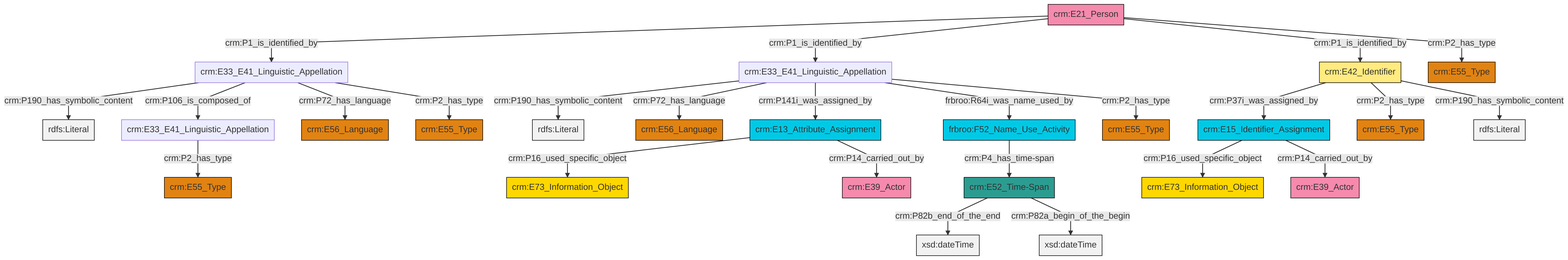
Earlier version of the Mermaid export et/personCSV/ttl/mmd/png/Person_Names_and_Classification.png (swiss-art-research-net/reference-data-models). Its source is kept beside it as et/personCSV/ttl/mmd/Person_Names_and_Classification.ttl.mmd.
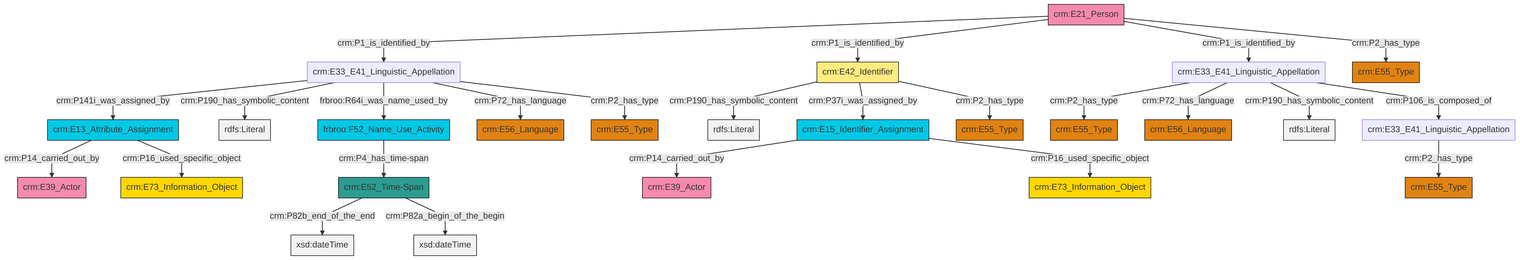
The same diagram one commit later.

What changed in the source:
```diff
@@ -13,27 +13,27 @@
 classDef PC_Classes fill:#4ce600, stroke:#000000;
 classDef Multi fill:#cccccc,stroke:#000000;
 
-2["crm:E33_E41_Linguistic_Appellation"]:::Default -->|crm:P190_has_symbolic_content| 3[rdfs:Literal]:::Literal
-6["frbroo:F52_Name_Use_Activity"]:::Temporal_Entity -->|crm:P4_has_time-span| 7["crm:E52_Time-Span"]:::Time-Span
-8["crm:E33_E41_Linguistic_Appellation"]:::Default -->|crm:P2_has_type| 9["crm:E55_Type"]:::Type
-10["crm:E13_Attribute_Assignment"]:::Temporal_Entity -->|crm:P16_used_specific_object| 11["crm:E73_Information_Object"]:::Conceptual_Object
-0["crm:E42_Identifier"]:::Appellation -->|crm:P37i_was_assigned_by| 12["crm:E15_Identifier_Assignment"]:::Temporal_Entity
-14["crm:E21_Person"]:::Actor -->|crm:P1_is_identified_by| 2["crm:E33_E41_Linguistic_Appellation"]:::Default
-15["crm:E33_E41_Linguistic_Appellation"]:::Default -->|crm:P190_has_symbolic_content| 16[rdfs:Literal]:::Literal
-0["crm:E42_Identifier"]:::Appellation -->|crm:P2_has_type| 21["crm:E55_Type"]:::Type
-10["crm:E13_Attribute_Assignment"]:::Temporal_Entity -->|crm:P14_carried_out_by| 26["crm:E39_Actor"]:::Actor
-7["crm:E52_Time-Span"]:::Time-Span -->|crm:P82b_end_of_the_end| 27[xsd:dateTime]:::Literal
-14["crm:E21_Person"]:::Actor -->|crm:P1_is_identified_by| 15["crm:E33_E41_Linguistic_Appellation"]:::Default
-14["crm:E21_Person"]:::Actor -->|crm:P1_is_identified_by| 0["crm:E42_Identifier"]:::Appellation
-12["crm:E15_Identifier_Assignment"]:::Temporal_Entity -->|crm:P16_used_specific_object| 24["crm:E73_Information_Object"]:::Conceptual_Object
-2["crm:E33_E41_Linguistic_Appellation"]:::Default -->|crm:P106_is_composed_of| 8["crm:E33_E41_Linguistic_Appellation"]:::Default
-14["crm:E21_Person"]:::Actor -->|crm:P2_has_type| 4["crm:E55_Type"]:::Type
-15["crm:E33_E41_Linguistic_Appellation"]:::Default -->|crm:P72_has_language| 19["crm:E56_Language"]:::Type
-2["crm:E33_E41_Linguistic_Appellation"]:::Default -->|crm:P72_has_language| 33["crm:E56_Language"]:::Type
-12["crm:E15_Identifier_Assignment"]:::Temporal_Entity -->|crm:P14_carried_out_by| 17["crm:E39_Actor"]:::Actor
-15["crm:E33_E41_Linguistic_Appellation"]:::Default -->|crm:P141i_was_assigned_by| 10["crm:E13_Attribute_Assignment"]:::Temporal_Entity
-7["crm:E52_Time-Span"]:::Time-Span -->|crm:P82a_begin_of_the_begin| 34[xsd:dateTime]:::Literal
-2["crm:E33_E41_Linguistic_Appellation"]:::Default -->|crm:P2_has_type| 37["crm:E55_Type"]:::Type
-15["crm:E33_E41_Linguistic_Appellation"]:::Default -->|frbroo:R64i_was_name_used_by| 6["frbroo:F52_Name_Use_Activity"]:::Temporal_Entity
-0["crm:E42_Identifier"]:::Appellation -->|crm:P190_has_symbolic_content| 42[rdfs:Literal]:::Literal
-15["crm:E33_E41_Linguistic_Appellation"]:::Default -->|crm:P2_has_type| 22["crm:E55_Type"]:::Type
+4["crm:E42_Identifier"]:::Appellation -->|crm:P190_has_symbolic_content| 5[rdfs:Literal]:::Literal
+6["crm:E21_Person"]:::Actor -->|crm:P1_is_identified_by| 7["crm:E33_E41_Linguistic_Appellation"]:::Default
+8["crm:E15_Identifier_Assignment"]:::Temporal_Entity -->|crm:P14_carried_out_by| 9["crm:E39_Actor"]:::Actor
+6["crm:E21_Person"]:::Actor -->|crm:P1_is_identified_by| 4["crm:E42_Identifier"]:::Appellation
+17["crm:E33_E41_Linguistic_Appellation"]:::Default -->|crm:P2_has_type| 15["crm:E55_Type"]:::Type
+10["crm:E52_Time-Span"]:::Time-Span -->|crm:P82b_end_of_the_end| 20[xsd:dateTime]:::Literal
+7["crm:E33_E41_Linguistic_Appellation"]:::Default -->|crm:P141i_was_assigned_by| 2["crm:E13_Attribute_Assignment"]:::Temporal_Entity
+17["crm:E33_E41_Linguistic_Appellation"]:::Default -->|crm:P72_has_language| 21["crm:E56_Language"]:::Type
+7["crm:E33_E41_Linguistic_Appellation"]:::Default -->|crm:P190_has_symbolic_content| 24[rdfs:Literal]:::Literal
+25["crm:E33_E41_Linguistic_Appellation"]:::Default -->|crm:P2_has_type| 26["crm:E55_Type"]:::Type
+17["crm:E33_E41_Linguistic_Appellation"]:::Default -->|crm:P190_has_symbolic_content| 27[rdfs:Literal]:::Literal
+17["crm:E33_E41_Linguistic_Appellation"]:::Default -->|crm:P106_is_composed_of| 25["crm:E33_E41_Linguistic_Appellation"]:::Default
+7["crm:E33_E41_Linguistic_Appellation"]:::Default -->|frbroo:R64i_was_name_used_by| 18["frbroo:F52_Name_Use_Activity"]:::Temporal_Entity
+2["crm:E13_Attribute_Assignment"]:::Temporal_Entity -->|crm:P14_carried_out_by| 34["crm:E39_Actor"]:::Actor
+7["crm:E33_E41_Linguistic_Appellation"]:::Default -->|crm:P72_has_language| 0["crm:E56_Language"]:::Type
+18["frbroo:F52_Name_Use_Activity"]:::Temporal_Entity -->|crm:P4_has_time-span| 10["crm:E52_Time-Span"]:::Time-Span
+8["crm:E15_Identifier_Assignment"]:::Temporal_Entity -->|crm:P16_used_specific_object| 32["crm:E73_Information_Object"]:::Conceptual_Object
+4["crm:E42_Identifier"]:::Appellation -->|crm:P37i_was_assigned_by| 8["crm:E15_Identifier_Assignment"]:::Temporal_Entity
+7["crm:E33_E41_Linguistic_Appellation"]:::Default -->|crm:P2_has_type| 41["crm:E55_Type"]:::Type
+6["crm:E21_Person"]:::Actor -->|crm:P1_is_identified_by| 17["crm:E33_E41_Linguistic_Appellation"]:::Default
+2["crm:E13_Attribute_Assignment"]:::Temporal_Entity -->|crm:P16_used_specific_object| 35["crm:E73_Information_Object"]:::Conceptual_Object
+4["crm:E42_Identifier"]:::Appellation -->|crm:P2_has_type| 22["crm:E55_Type"]:::Type
+10["crm:E52_Time-Span"]:::Time-Span -->|crm:P82a_begin_of_the_begin| 43[xsd:dateTime]:::Literal
+6["crm:E21_Person"]:::Actor -->|crm:P2_has_type| 13["crm:E55_Type"]:::Type
```
